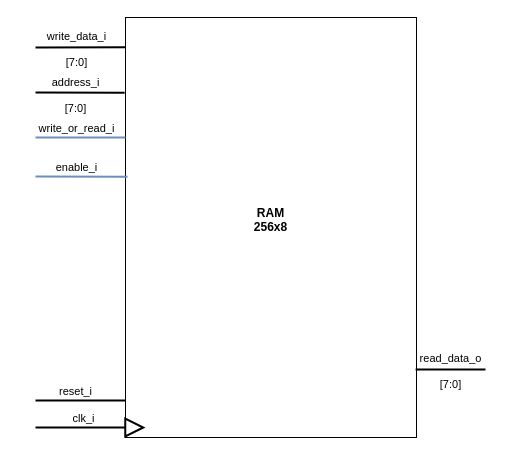
This is Blockbeschreibungen/RAM_beschreibung.drawio from graefjk/RO2, a draw.io file, before an edit. Source tidied: cells renumbered, new cells numbered last; positions are measured from the earlier drawing's top-left corner, leaving out a move shared by most shapes. Both pictures are drawn from the tidied source at 100%, with x=0, y=0 at pixel (35, 17).
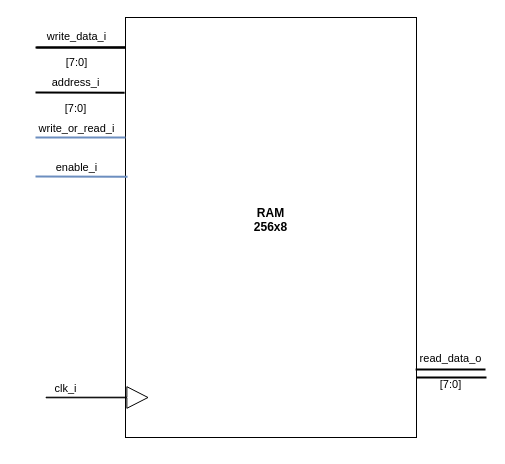
The same diagram, later.

The change refers to these unchanged cells:
```xml
<mxCell id="2" value="&lt;b&gt;RAM&lt;/b&gt;&lt;div&gt;&lt;b&gt;256x8&lt;/b&gt;&lt;/div&gt;&lt;div&gt;&lt;b&gt;&lt;br&gt;&lt;/b&gt;&lt;/div&gt;" style="rounded=0;whiteSpace=wrap;html=1;" parent="1" vertex="1">
  <mxGeometry x="90" width="291" height="420" as="geometry" />
</mxCell>
```

What changed in the source:
```diff
@@
+    <mxCell id="17" style="edgeStyle=orthogonalEdgeStyle;rounded=0;jettySize=auto;html=1;endArrow=none;endFill=0;strokeWidth=2;" parent="1" edge="1" source="2">
+      <mxGeometry relative="1" as="geometry">
+        <mxPoint x="451" y="360" as="targetPoint" />
+        <Array as="points">
+          <mxPoint x="401" y="360" />
+          <mxPoint x="401" y="360" />
+        </Array>
+      </mxGeometry>
+    </mxCell>
@@
-    <mxCell id="7" style="endArrow=none;html=1;rounded=0;labelBackgroundColor=none;startSize=8;endSize=8;strokeColor=default;strokeWidth=2;jumpSize=8;entryX=0;entryY=0.912;entryDx=0;entryDy=0;entryPerimeter=0;" parent="1" edge="1" target="2">
-      <mxGeometry relative="1" as="geometry">
-        <mxPoint y="383" as="sourcePoint" />
-      </mxGeometry>
-    </mxCell>
-    <mxCell id="8" value="reset_i" style="edgeLabel;html=1;align=center;verticalAlign=middle;labelBackgroundColor=none;" parent="7" vertex="1">
-      <mxGeometry x="-0.37" y="-2" relative="1" as="geometry">
-        <mxPoint x="12" y="-12" as="offset" />
-      </mxGeometry>
-    </mxCell>
-    <mxCell id="9" style="endArrow=block;html=1;rounded=0;labelBackgroundColor=none;startSize=8;endSize=16;endFill=0;strokeColor=default;strokeWidth=2;jumpSize=8;sourcePerimeterSpacing=0;" parent="1" edge="1">
-      <mxGeometry relative="1" as="geometry">
-        <mxPoint y="410" as="sourcePoint" />
-        <mxPoint x="110" y="410" as="targetPoint" />
-      </mxGeometry>
-    </mxCell>
-    <mxCell id="10" value="&lt;div&gt;clk_i&lt;br&gt;&lt;/div&gt;" style="edgeLabel;html=1;align=center;verticalAlign=middle;labelBackgroundColor=none;" parent="9" vertex="1">
-      <mxGeometry x="-0.37" y="-2" relative="1" as="geometry">
-        <mxPoint x="12" y="-12" as="offset" />
-      </mxGeometry>
-    </mxCell>
@@
+    <mxCell id="18" style="shape=flexArrow;endArrow=classic;html=1;strokeWidth=1;width=0.5714285714285714;endSize=6.714285714285714;" parent="1" edge="1">
+      <mxGeometry relative="1" as="geometry">
+        <mxPoint x="10" y="380" as="sourcePoint" />
+        <mxPoint x="113" y="380" as="targetPoint" />
+      </mxGeometry>
+    </mxCell>
+    <mxCell id="10" value="clk_i" style="edgeLabel;html=1;align=center;verticalAlign=middle;" parent="18" vertex="1">
+      <mxGeometry x="-0.63" relative="1" as="geometry">
+        <mxPoint y="-10" as="offset" />
+      </mxGeometry>
+    </mxCell>
+    <mxCell id="19" style="endArrow=none;html=1;rounded=0;labelBackgroundColor=none;startSize=8;endSize=8;strokeColor=#000000;strokeWidth=2;jumpSize=8;entryX=-0.003;entryY=0.179;entryDx=0;entryDy=0;entryPerimeter=0;fillColor=#dae8fc;" parent="1" edge="1">
+      <mxGeometry relative="1" as="geometry">
+        <mxPoint x="0.9" y="30" as="sourcePoint" />
+        <mxPoint x="90" y="30.2" as="targetPoint" />
+      </mxGeometry>
+    </mxCell>
+    <mxCell id="20" value="&lt;div&gt;&lt;br&gt;&lt;/div&gt;" style="edgeLabel;html=1;align=center;verticalAlign=middle;labelBackgroundColor=none;" parent="19" vertex="1">
+      <mxGeometry x="-0.37" y="-2" relative="1" as="geometry">
+        <mxPoint x="12" as="offset" />
+      </mxGeometry>
+    </mxCell>
```
